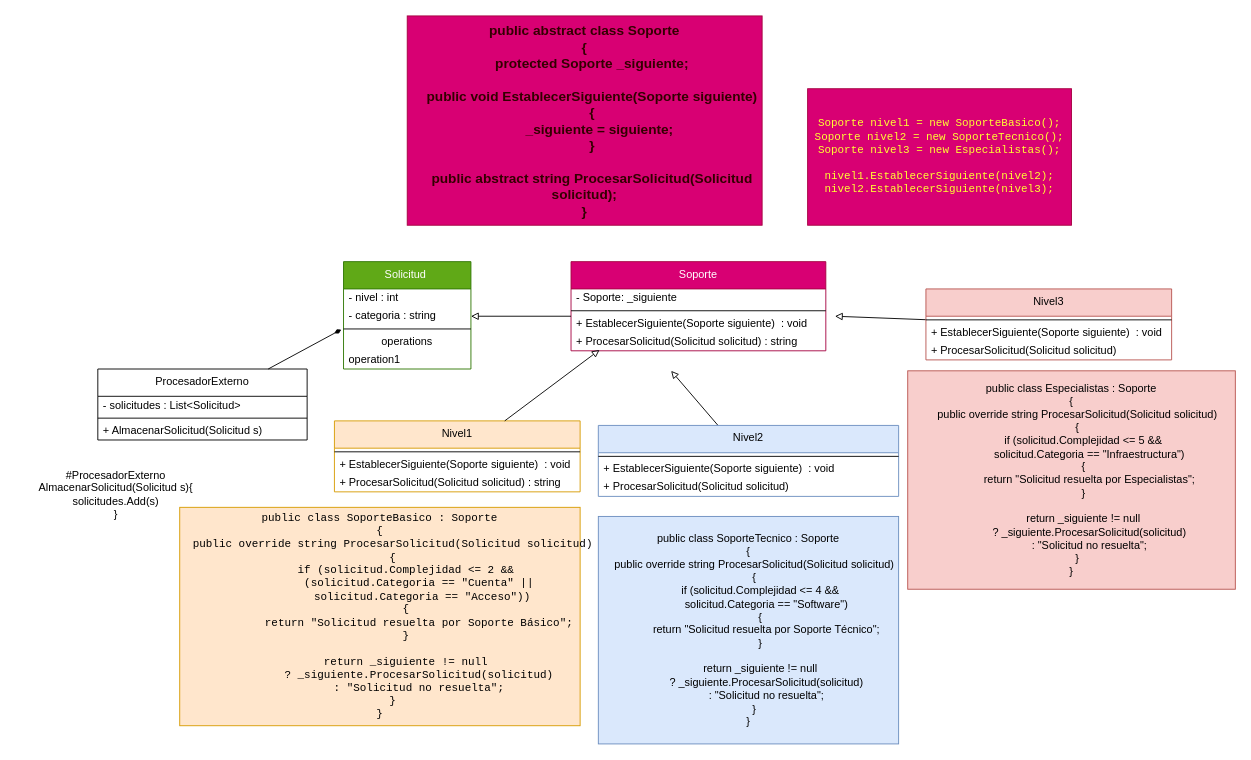
This is examen/chain.dio from EdgarSteinberg/programacion-2-repaso, a draw.io file, before an edit. Source tidied: cells renumbered, new cells numbered last; positions are measured from the earlier drawing's top-left corner, leaving out a move shared by most shapes. Both pictures are drawn from the tidied source at 91%, with x=0, y=0 at pixel (15, 15).
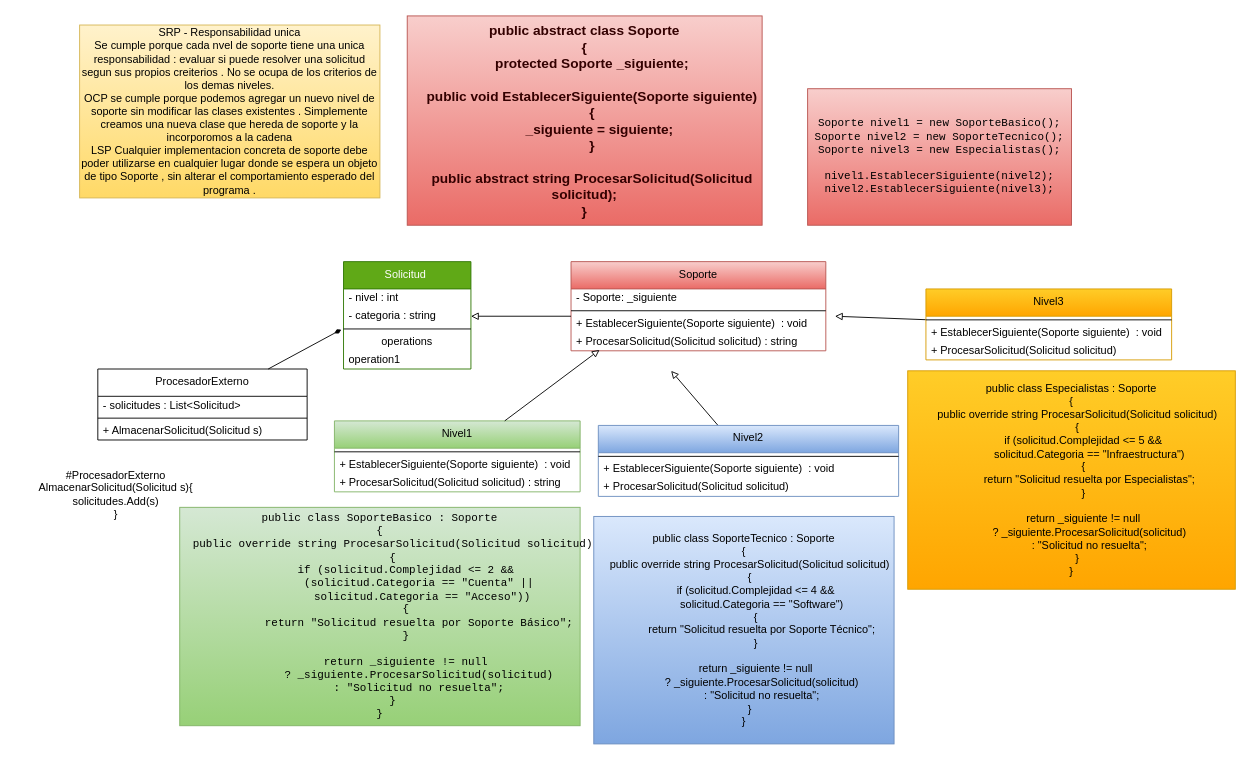
The same diagram, later.

Commit message:
principios solid en single responsability

Change to the diagram source:
```diff
@@
-    <mxCell id="2" value="Soporte" style="swimlane;fontStyle=0;align=center;verticalAlign=top;horizontal=1;startSize=30;html=1;whiteSpace=wrap;fillColor=#d80073;strokeColor=#A50040;fontColor=#ffffff;" parent="1" vertex="1">
+    <mxCell id="2" value="Soporte" style="swimlane;fontStyle=0;align=center;verticalAlign=top;horizontal=1;startSize=30;html=1;whiteSpace=wrap;fillColor=#f8cecc;strokeColor=#b85450;gradientColor=#ea6b66;" parent="1" vertex="1">
       <mxGeometry x="610" y="270" width="280" height="98" as="geometry" />
     </mxCell>
@@
-    <mxCell id="13" value="Nivel1" style="swimlane;fontStyle=0;align=center;verticalAlign=top;horizontal=1;startSize=30;html=1;whiteSpace=wrap;fillColor=#ffe6cc;strokeColor=#d79b00;" parent="1" vertex="1">
+    <mxCell id="13" value="Nivel1" style="swimlane;fontStyle=0;align=center;verticalAlign=top;horizontal=1;startSize=30;html=1;whiteSpace=wrap;fillColor=#d5e8d4;strokeColor=#82b366;gradientColor=#97d077;" parent="1" vertex="1">
       <mxGeometry x="350" y="445" width="270" height="78" as="geometry" />
     </mxCell>
@@
-    <mxCell id="18" value="Nivel2" style="swimlane;fontStyle=0;align=center;verticalAlign=top;horizontal=1;startSize=30;html=1;whiteSpace=wrap;fillColor=#dae8fc;strokeColor=#6c8ebf;" parent="1" vertex="1">
+    <mxCell id="18" value="Nivel2" style="swimlane;fontStyle=0;align=center;verticalAlign=top;horizontal=1;startSize=30;html=1;whiteSpace=wrap;fillColor=#dae8fc;strokeColor=#6c8ebf;gradientColor=#7ea6e0;" parent="1" vertex="1">
       <mxGeometry x="640" y="450" width="330" height="78" as="geometry" />
     </mxCell>
@@
-    <mxCell id="23" value="Nivel3" style="swimlane;fontStyle=0;align=center;verticalAlign=top;horizontal=1;startSize=30;html=1;whiteSpace=wrap;fillColor=#f8cecc;strokeColor=#b85450;" parent="1" vertex="1">
+    <mxCell id="23" value="Nivel3" style="swimlane;fontStyle=0;align=center;verticalAlign=top;horizontal=1;startSize=30;html=1;whiteSpace=wrap;fillColor=#ffcd28;strokeColor=#d79b00;gradientColor=#ffa500;" parent="1" vertex="1">
       <mxGeometry x="1000" y="300" width="270" height="78" as="geometry" />
     </mxCell>
@@
-    <mxCell id="29" value="&lt;div&gt;&lt;div&gt;&lt;div&gt;&lt;pre dir=&quot;ltr&quot;&gt;&lt;code&gt;public class SoporteBasico : Soporte&lt;br/&gt;{&lt;br/&gt;    public override string ProcesarSolicitud(Solicitud solicitud)&lt;br/&gt;    {&lt;br/&gt;        if (solicitud.Complejidad &amp;lt;= 2 &amp;amp;&amp;amp;&lt;br/&gt;            (solicitud.Categoria == &quot;Cuenta&quot; ||&lt;br/&gt;             solicitud.Categoria == &quot;Acceso&quot;))&lt;br/&gt;        {&lt;br/&gt;            return &quot;Solicitud resuelta por Soporte Básico&quot;;&lt;br/&gt;        }&lt;br/&gt;&lt;br/&gt;        return _siguiente != null&lt;br/&gt;            ? _siguiente.ProcesarSolicitud(solicitud)&lt;br/&gt;            : &quot;Solicitud no resuelta&quot;;&lt;br/&gt;    }&lt;br/&gt;}&lt;/code&gt;&lt;/pre&gt;&lt;/div&gt;&lt;/div&gt;&lt;/div&gt;" style="text;html=1;whiteSpace=wrap;strokeColor=#d79b00;fillColor=#ffe6cc;align=center;verticalAlign=middle;rounded=0;" parent="1" vertex="1">
+    <mxCell id="29" value="&lt;div&gt;&lt;div&gt;&lt;div&gt;&lt;pre dir=&quot;ltr&quot;&gt;&lt;code&gt;public class SoporteBasico : Soporte&lt;br/&gt;{&lt;br/&gt;    public override string ProcesarSolicitud(Solicitud solicitud)&lt;br/&gt;    {&lt;br/&gt;        if (solicitud.Complejidad &amp;lt;= 2 &amp;amp;&amp;amp;&lt;br/&gt;            (solicitud.Categoria == &quot;Cuenta&quot; ||&lt;br/&gt;             solicitud.Categoria == &quot;Acceso&quot;))&lt;br/&gt;        {&lt;br/&gt;            return &quot;Solicitud resuelta por Soporte Básico&quot;;&lt;br/&gt;        }&lt;br/&gt;&lt;br/&gt;        return _siguiente != null&lt;br/&gt;            ? _siguiente.ProcesarSolicitud(solicitud)&lt;br/&gt;            : &quot;Solicitud no resuelta&quot;;&lt;br/&gt;    }&lt;br/&gt;}&lt;/code&gt;&lt;/pre&gt;&lt;/div&gt;&lt;/div&gt;&lt;/div&gt;" style="text;html=1;whiteSpace=wrap;strokeColor=#82b366;fillColor=#d5e8d4;align=center;verticalAlign=middle;rounded=0;gradientColor=#97d077;" parent="1" vertex="1">
       <mxGeometry x="180" y="540" width="440" height="240" as="geometry" />
     </mxCell>
-    <mxCell id="30" value="&lt;div&gt;&lt;div&gt;&lt;div&gt;&lt;div&gt;public class SoporteTecnico : Soporte&lt;/div&gt;&lt;div&gt;{&lt;/div&gt;&lt;div&gt;&amp;nbsp; &amp;nbsp; public override string ProcesarSolicitud(Solicitud solicitud)&lt;/div&gt;&lt;div&gt;&amp;nbsp; &amp;nbsp; {&lt;/div&gt;&lt;div&gt;&amp;nbsp; &amp;nbsp; &amp;nbsp; &amp;nbsp; if (solicitud.Complejidad &amp;lt;= 4 &amp;amp;&amp;amp;&lt;/div&gt;&lt;div&gt;&amp;nbsp; &amp;nbsp; &amp;nbsp; &amp;nbsp; &amp;nbsp; &amp;nbsp; solicitud.Categoria == &quot;Software&quot;)&lt;/div&gt;&lt;div&gt;&amp;nbsp; &amp;nbsp; &amp;nbsp; &amp;nbsp; {&lt;/div&gt;&lt;div&gt;&amp;nbsp; &amp;nbsp; &amp;nbsp; &amp;nbsp; &amp;nbsp; &amp;nbsp; return &quot;Solicitud resuelta por Soporte Técnico&quot;;&lt;/div&gt;&lt;div&gt;&amp;nbsp; &amp;nbsp; &amp;nbsp; &amp;nbsp; }&lt;/div&gt;&lt;div&gt;&lt;br&gt;&lt;/div&gt;&lt;div&gt;&amp;nbsp; &amp;nbsp; &amp;nbsp; &amp;nbsp; return _siguiente != null&lt;/div&gt;&lt;div&gt;&amp;nbsp; &amp;nbsp; &amp;nbsp; &amp;nbsp; &amp;nbsp; &amp;nbsp; ? _siguiente.ProcesarSolicitud(solicitud)&lt;/div&gt;&lt;div&gt;&amp;nbsp; &amp;nbsp; &amp;nbsp; &amp;nbsp; &amp;nbsp; &amp;nbsp; : &quot;Solicitud no resuelta&quot;;&lt;/div&gt;&lt;div&gt;&amp;nbsp; &amp;nbsp; }&lt;/div&gt;&lt;div&gt;}&lt;/div&gt;&lt;/div&gt;&lt;/div&gt;&lt;/div&gt;" style="text;html=1;whiteSpace=wrap;strokeColor=#6c8ebf;fillColor=#dae8fc;align=center;verticalAlign=middle;rounded=0;" parent="1" vertex="1">
-      <mxGeometry x="640" y="550" width="330" height="250" as="geometry" />
+    <mxCell id="30" value="&lt;div&gt;&lt;div&gt;&lt;div&gt;&lt;div&gt;public class SoporteTecnico : Soporte&lt;/div&gt;&lt;div&gt;{&lt;/div&gt;&lt;div&gt;&amp;nbsp; &amp;nbsp; public override string ProcesarSolicitud(Solicitud solicitud)&lt;/div&gt;&lt;div&gt;&amp;nbsp; &amp;nbsp; {&lt;/div&gt;&lt;div&gt;&amp;nbsp; &amp;nbsp; &amp;nbsp; &amp;nbsp; if (solicitud.Complejidad &amp;lt;= 4 &amp;amp;&amp;amp;&lt;/div&gt;&lt;div&gt;&amp;nbsp; &amp;nbsp; &amp;nbsp; &amp;nbsp; &amp;nbsp; &amp;nbsp; solicitud.Categoria == &quot;Software&quot;)&lt;/div&gt;&lt;div&gt;&amp;nbsp; &amp;nbsp; &amp;nbsp; &amp;nbsp; {&lt;/div&gt;&lt;div&gt;&amp;nbsp; &amp;nbsp; &amp;nbsp; &amp;nbsp; &amp;nbsp; &amp;nbsp; return &quot;Solicitud resuelta por Soporte Técnico&quot;;&lt;/div&gt;&lt;div&gt;&amp;nbsp; &amp;nbsp; &amp;nbsp; &amp;nbsp; }&lt;/div&gt;&lt;div&gt;&lt;br&gt;&lt;/div&gt;&lt;div&gt;&amp;nbsp; &amp;nbsp; &amp;nbsp; &amp;nbsp; return _siguiente != null&lt;/div&gt;&lt;div&gt;&amp;nbsp; &amp;nbsp; &amp;nbsp; &amp;nbsp; &amp;nbsp; &amp;nbsp; ? _siguiente.ProcesarSolicitud(solicitud)&lt;/div&gt;&lt;div&gt;&amp;nbsp; &amp;nbsp; &amp;nbsp; &amp;nbsp; &amp;nbsp; &amp;nbsp; : &quot;Solicitud no resuelta&quot;;&lt;/div&gt;&lt;div&gt;&amp;nbsp; &amp;nbsp; }&lt;/div&gt;&lt;div&gt;}&lt;/div&gt;&lt;/div&gt;&lt;/div&gt;&lt;/div&gt;" style="text;html=1;whiteSpace=wrap;strokeColor=#6c8ebf;fillColor=#dae8fc;align=center;verticalAlign=middle;rounded=0;gradientColor=#7ea6e0;" parent="1" vertex="1">
+      <mxGeometry x="635" y="550" width="330" height="250" as="geometry" />
     </mxCell>
-    <mxCell id="31" value="&lt;div&gt;&lt;div&gt;&lt;div&gt;&lt;div&gt;&lt;font color=&quot;#000000&quot;&gt;public class Especialistas : Soporte&lt;/font&gt;&lt;/div&gt;&lt;div&gt;&lt;font color=&quot;#000000&quot;&gt;{&lt;/font&gt;&lt;/div&gt;&lt;div&gt;&lt;font color=&quot;#000000&quot;&gt;&amp;nbsp; &amp;nbsp; public override string ProcesarSolicitud(Solicitud solicitud)&lt;/font&gt;&lt;/div&gt;&lt;div&gt;&lt;font color=&quot;#000000&quot;&gt;&amp;nbsp; &amp;nbsp; {&lt;/font&gt;&lt;/div&gt;&lt;div&gt;&lt;font color=&quot;#000000&quot;&gt;&amp;nbsp; &amp;nbsp; &amp;nbsp; &amp;nbsp; if (solicitud.Complejidad &amp;lt;= 5 &amp;amp;&amp;amp;&lt;/font&gt;&lt;/div&gt;&lt;div&gt;&lt;font color=&quot;#000000&quot;&gt;&amp;nbsp; &amp;nbsp; &amp;nbsp; &amp;nbsp; &amp;nbsp; &amp;nbsp; solicitud.Categoria == &quot;Infraestructura&quot;)&lt;/font&gt;&lt;/div&gt;&lt;div&gt;&lt;font color=&quot;#000000&quot;&gt;&amp;nbsp; &amp;nbsp; &amp;nbsp; &amp;nbsp; {&lt;/font&gt;&lt;/div&gt;&lt;div&gt;&lt;font color=&quot;#000000&quot;&gt;&amp;nbsp; &amp;nbsp; &amp;nbsp; &amp;nbsp; &amp;nbsp; &amp;nbsp; return &quot;Solicitud resuelta por Especialistas&quot;;&lt;/font&gt;&lt;/div&gt;&lt;div&gt;&lt;font color=&quot;#000000&quot;&gt;&amp;nbsp; &amp;nbsp; &amp;nbsp; &amp;nbsp; }&lt;/font&gt;&lt;/div&gt;&lt;div&gt;&lt;font color=&quot;#000000&quot;&gt;&lt;br&gt;&lt;/font&gt;&lt;/div&gt;&lt;div&gt;&lt;font color=&quot;#000000&quot;&gt;&amp;nbsp; &amp;nbsp; &amp;nbsp; &amp;nbsp; return _siguiente != null&lt;/font&gt;&lt;/div&gt;&lt;div&gt;&lt;font color=&quot;#000000&quot;&gt;&amp;nbsp; &amp;nbsp; &amp;nbsp; &amp;nbsp; &amp;nbsp; &amp;nbsp; ? _siguiente.ProcesarSolicitud(solicitud)&lt;/font&gt;&lt;/div&gt;&lt;div&gt;&lt;font color=&quot;#000000&quot;&gt;&amp;nbsp; &amp;nbsp; &amp;nbsp; &amp;nbsp; &amp;nbsp; &amp;nbsp; : &quot;Solicitud no resuelta&quot;;&lt;/font&gt;&lt;/div&gt;&lt;div&gt;&lt;font color=&quot;#000000&quot;&gt;&amp;nbsp; &amp;nbsp; }&lt;/font&gt;&lt;/div&gt;&lt;div&gt;&lt;font color=&quot;#000000&quot;&gt;}&lt;/font&gt;&lt;/div&gt;&lt;/div&gt;&lt;/div&gt;&lt;/div&gt;" style="text;html=1;whiteSpace=wrap;strokeColor=#b85450;fillColor=#f8cecc;align=center;verticalAlign=middle;rounded=0;" parent="1" vertex="1">
+    <mxCell id="31" value="&lt;div&gt;&lt;div&gt;&lt;div&gt;&lt;div&gt;&lt;font color=&quot;#000000&quot;&gt;public class Especialistas : Soporte&lt;/font&gt;&lt;/div&gt;&lt;div&gt;&lt;font color=&quot;#000000&quot;&gt;{&lt;/font&gt;&lt;/div&gt;&lt;div&gt;&lt;font color=&quot;#000000&quot;&gt;&amp;nbsp; &amp;nbsp; public override string ProcesarSolicitud(Solicitud solicitud)&lt;/font&gt;&lt;/div&gt;&lt;div&gt;&lt;font color=&quot;#000000&quot;&gt;&amp;nbsp; &amp;nbsp; {&lt;/font&gt;&lt;/div&gt;&lt;div&gt;&lt;font color=&quot;#000000&quot;&gt;&amp;nbsp; &amp;nbsp; &amp;nbsp; &amp;nbsp; if (solicitud.Complejidad &amp;lt;= 5 &amp;amp;&amp;amp;&lt;/font&gt;&lt;/div&gt;&lt;div&gt;&lt;font color=&quot;#000000&quot;&gt;&amp;nbsp; &amp;nbsp; &amp;nbsp; &amp;nbsp; &amp;nbsp; &amp;nbsp; solicitud.Categoria == &quot;Infraestructura&quot;)&lt;/font&gt;&lt;/div&gt;&lt;div&gt;&lt;font color=&quot;#000000&quot;&gt;&amp;nbsp; &amp;nbsp; &amp;nbsp; &amp;nbsp; {&lt;/font&gt;&lt;/div&gt;&lt;div&gt;&lt;font color=&quot;#000000&quot;&gt;&amp;nbsp; &amp;nbsp; &amp;nbsp; &amp;nbsp; &amp;nbsp; &amp;nbsp; return &quot;Solicitud resuelta por Especialistas&quot;;&lt;/font&gt;&lt;/div&gt;&lt;div&gt;&lt;font color=&quot;#000000&quot;&gt;&amp;nbsp; &amp;nbsp; &amp;nbsp; &amp;nbsp; }&lt;/font&gt;&lt;/div&gt;&lt;div&gt;&lt;font color=&quot;#000000&quot;&gt;&lt;br&gt;&lt;/font&gt;&lt;/div&gt;&lt;div&gt;&lt;font color=&quot;#000000&quot;&gt;&amp;nbsp; &amp;nbsp; &amp;nbsp; &amp;nbsp; return _siguiente != null&lt;/font&gt;&lt;/div&gt;&lt;div&gt;&lt;font color=&quot;#000000&quot;&gt;&amp;nbsp; &amp;nbsp; &amp;nbsp; &amp;nbsp; &amp;nbsp; &amp;nbsp; ? _siguiente.ProcesarSolicitud(solicitud)&lt;/font&gt;&lt;/div&gt;&lt;div&gt;&lt;font color=&quot;#000000&quot;&gt;&amp;nbsp; &amp;nbsp; &amp;nbsp; &amp;nbsp; &amp;nbsp; &amp;nbsp; : &quot;Solicitud no resuelta&quot;;&lt;/font&gt;&lt;/div&gt;&lt;div&gt;&lt;font color=&quot;#000000&quot;&gt;&amp;nbsp; &amp;nbsp; }&lt;/font&gt;&lt;/div&gt;&lt;div&gt;&lt;font color=&quot;#000000&quot;&gt;}&lt;/font&gt;&lt;/div&gt;&lt;/div&gt;&lt;/div&gt;&lt;/div&gt;" style="text;html=1;whiteSpace=wrap;strokeColor=#d79b00;fillColor=#ffcd28;align=center;verticalAlign=middle;rounded=0;gradientColor=#ffa500;" parent="1" vertex="1">
       <mxGeometry x="980" y="390" width="360" height="240" as="geometry" />
     </mxCell>
@@
-    <mxCell id="38" value="&lt;div&gt;&lt;font style=&quot;font-size: 15px;&quot;&gt;&lt;b style=&quot;color: rgb(51, 0, 0);&quot;&gt;public abstract class Soporte&lt;/b&gt;&lt;/font&gt;&lt;/div&gt;&lt;div&gt;&lt;font style=&quot;font-size: 15px;&quot;&gt;&lt;b style=&quot;color: rgb(51, 0, 0);&quot;&gt;{&lt;/b&gt;&lt;/font&gt;&lt;/div&gt;&lt;div&gt;&lt;font style=&quot;font-size: 15px;&quot;&gt;&lt;b style=&quot;color: rgb(51, 0, 0);&quot;&gt;&amp;nbsp; &amp;nbsp; protected Soporte _siguiente;&lt;/b&gt;&lt;/font&gt;&lt;/div&gt;&lt;div&gt;&lt;font style=&quot;font-size: 15px;&quot;&gt;&lt;b style=&quot;color: rgb(51, 0, 0);&quot;&gt;&lt;br&gt;&lt;/b&gt;&lt;/font&gt;&lt;/div&gt;&lt;div&gt;&lt;font style=&quot;font-size: 15px;&quot;&gt;&lt;b style=&quot;color: rgb(51, 0, 0);&quot;&gt;&amp;nbsp; &amp;nbsp; public void EstablecerSiguiente(Soporte siguiente)&lt;/b&gt;&lt;/font&gt;&lt;/div&gt;&lt;div&gt;&lt;font style=&quot;font-size: 15px;&quot;&gt;&lt;b style=&quot;color: rgb(51, 0, 0);&quot;&gt;&amp;nbsp; &amp;nbsp; {&lt;/b&gt;&lt;/font&gt;&lt;/div&gt;&lt;div&gt;&lt;font style=&quot;font-size: 15px;&quot;&gt;&lt;b style=&quot;color: rgb(51, 0, 0);&quot;&gt;&amp;nbsp; &amp;nbsp; &amp;nbsp; &amp;nbsp; _siguiente = siguiente;&lt;/b&gt;&lt;/font&gt;&lt;/div&gt;&lt;div&gt;&lt;font style=&quot;font-size: 15px;&quot;&gt;&lt;b style=&quot;color: rgb(51, 0, 0);&quot;&gt;&amp;nbsp; &amp;nbsp; }&lt;/b&gt;&lt;/font&gt;&lt;/div&gt;&lt;div&gt;&lt;font style=&quot;font-size: 15px;&quot;&gt;&lt;b style=&quot;color: rgb(51, 0, 0);&quot;&gt;&lt;br&gt;&lt;/b&gt;&lt;/font&gt;&lt;/div&gt;&lt;div&gt;&lt;font style=&quot;font-size: 15px;&quot;&gt;&lt;b style=&quot;color: rgb(51, 0, 0);&quot;&gt;&amp;nbsp; &amp;nbsp; public abstract string ProcesarSolicitud(Solicitud solicitud);&lt;/b&gt;&lt;/font&gt;&lt;/div&gt;&lt;div&gt;&lt;font style=&quot;font-size: 15px;&quot;&gt;&lt;b style=&quot;color: rgb(51, 0, 0);&quot;&gt;}&lt;/b&gt;&lt;/font&gt;&lt;/div&gt;" style="text;html=1;whiteSpace=wrap;strokeColor=#A50040;fillColor=#d80073;align=center;verticalAlign=middle;rounded=0;fontColor=#ffffff;" parent="1" vertex="1">
+    <mxCell id="38" value="&lt;div&gt;&lt;font style=&quot;font-size: 15px;&quot;&gt;&lt;b style=&quot;color: rgb(51, 0, 0);&quot;&gt;public abstract class Soporte&lt;/b&gt;&lt;/font&gt;&lt;/div&gt;&lt;div&gt;&lt;font style=&quot;font-size: 15px;&quot;&gt;&lt;b style=&quot;color: rgb(51, 0, 0);&quot;&gt;{&lt;/b&gt;&lt;/font&gt;&lt;/div&gt;&lt;div&gt;&lt;font style=&quot;font-size: 15px;&quot;&gt;&lt;b style=&quot;color: rgb(51, 0, 0);&quot;&gt;&amp;nbsp; &amp;nbsp; protected Soporte _siguiente;&lt;/b&gt;&lt;/font&gt;&lt;/div&gt;&lt;div&gt;&lt;font style=&quot;font-size: 15px;&quot;&gt;&lt;b style=&quot;color: rgb(51, 0, 0);&quot;&gt;&lt;br&gt;&lt;/b&gt;&lt;/font&gt;&lt;/div&gt;&lt;div&gt;&lt;font style=&quot;font-size: 15px;&quot;&gt;&lt;b style=&quot;color: rgb(51, 0, 0);&quot;&gt;&amp;nbsp; &amp;nbsp; public void EstablecerSiguiente(Soporte siguiente)&lt;/b&gt;&lt;/font&gt;&lt;/div&gt;&lt;div&gt;&lt;font style=&quot;font-size: 15px;&quot;&gt;&lt;b style=&quot;color: rgb(51, 0, 0);&quot;&gt;&amp;nbsp; &amp;nbsp; {&lt;/b&gt;&lt;/font&gt;&lt;/div&gt;&lt;div&gt;&lt;font style=&quot;font-size: 15px;&quot;&gt;&lt;b style=&quot;color: rgb(51, 0, 0);&quot;&gt;&amp;nbsp; &amp;nbsp; &amp;nbsp; &amp;nbsp; _siguiente = siguiente;&lt;/b&gt;&lt;/font&gt;&lt;/div&gt;&lt;div&gt;&lt;font style=&quot;font-size: 15px;&quot;&gt;&lt;b style=&quot;color: rgb(51, 0, 0);&quot;&gt;&amp;nbsp; &amp;nbsp; }&lt;/b&gt;&lt;/font&gt;&lt;/div&gt;&lt;div&gt;&lt;font style=&quot;font-size: 15px;&quot;&gt;&lt;b style=&quot;color: rgb(51, 0, 0);&quot;&gt;&lt;br&gt;&lt;/b&gt;&lt;/font&gt;&lt;/div&gt;&lt;div&gt;&lt;font style=&quot;font-size: 15px;&quot;&gt;&lt;b style=&quot;color: rgb(51, 0, 0);&quot;&gt;&amp;nbsp; &amp;nbsp; public abstract string ProcesarSolicitud(Solicitud solicitud);&lt;/b&gt;&lt;/font&gt;&lt;/div&gt;&lt;div&gt;&lt;font style=&quot;font-size: 15px;&quot;&gt;&lt;b style=&quot;color: rgb(51, 0, 0);&quot;&gt;}&lt;/b&gt;&lt;/font&gt;&lt;/div&gt;" style="text;html=1;whiteSpace=wrap;strokeColor=#b85450;fillColor=#f8cecc;align=center;verticalAlign=middle;rounded=0;gradientColor=#ea6b66;" parent="1" vertex="1">
       <mxGeometry x="430" width="390" height="230" as="geometry" />
     </mxCell>
-    <mxCell id="39" value="&lt;span style=&quot;color: rgb(255, 255, 51);&quot;&gt;&lt;br&gt;&lt;/span&gt;&lt;pre dir=&quot;ltr&quot;&gt;&lt;code style=&quot;color: rgb(255, 255, 51);&quot;&gt;Soporte nivel1 = new SoporteBasico();&lt;br&gt;Soporte nivel2 = new SoporteTecnico();&lt;br&gt;Soporte nivel3 = new Especialistas();&lt;br&gt;&lt;br&gt;nivel1.EstablecerSiguiente(nivel2);&lt;br&gt;nivel2.EstablecerSiguiente(nivel3);&lt;/code&gt;&lt;/pre&gt;&lt;span style=&quot;color: rgb(255, 255, 51);&quot;&gt;&lt;br&gt;&lt;/span&gt;" style="text;html=1;whiteSpace=wrap;strokeColor=#A50040;fillColor=#d80073;align=center;verticalAlign=middle;rounded=0;fontColor=#ffffff;" parent="1" vertex="1">
+    <mxCell id="39" value="&lt;span style=&quot;color: rgb(0, 0, 0);&quot;&gt;&lt;br&gt;&lt;/span&gt;&lt;pre dir=&quot;ltr&quot;&gt;&lt;code style=&quot;color: rgb(0, 0, 0);&quot;&gt;Soporte nivel1 = new SoporteBasico();&lt;br&gt;Soporte nivel2 = new SoporteTecnico();&lt;br&gt;Soporte nivel3 = new Especialistas();&lt;br&gt;&lt;br&gt;nivel1.EstablecerSiguiente(nivel2);&lt;br&gt;nivel2.EstablecerSiguiente(nivel3);&lt;/code&gt;&lt;/pre&gt;&lt;span style=&quot;color: rgb(255, 255, 51);&quot;&gt;&lt;br&gt;&lt;/span&gt;" style="text;html=1;whiteSpace=wrap;strokeColor=#b85450;fillColor=#f8cecc;align=center;verticalAlign=middle;rounded=0;gradientColor=#ea6b66;" parent="1" vertex="1">
       <mxGeometry x="870" y="80" width="290" height="150" as="geometry" />
     </mxCell>
+    <mxCell id="40" value="SRP - Responsabilidad unica&lt;div&gt;Se cumple porque cada nvel de soporte tiene una unica responsabilidad : evaluar si puede resolver una solicitud segun sus propios creiterios . No se ocupa de los criterios de los demas niveles.&lt;/div&gt;&lt;div&gt;OCP se cumple porque podemos agregar un nuevo nivel de soporte sin modificar las clases existentes . Simplemente creamos una nueva clase que hereda de soporte y la incorporomos a la cadena&lt;/div&gt;&lt;div&gt;LSP Cualquier implementacion concreta de soporte debe poder utilizarse en cualquier lugar donde se espera un objeto de tipo Soporte , sin alterar el comportamiento esperado del programa .&lt;/div&gt;" style="text;html=1;whiteSpace=wrap;strokeColor=#d6b656;fillColor=#fff2cc;align=center;verticalAlign=middle;rounded=0;gradientColor=#ffd966;" parent="1" vertex="1">
+      <mxGeometry x="70" y="10" width="330" height="190" as="geometry" />
+    </mxCell>
```
